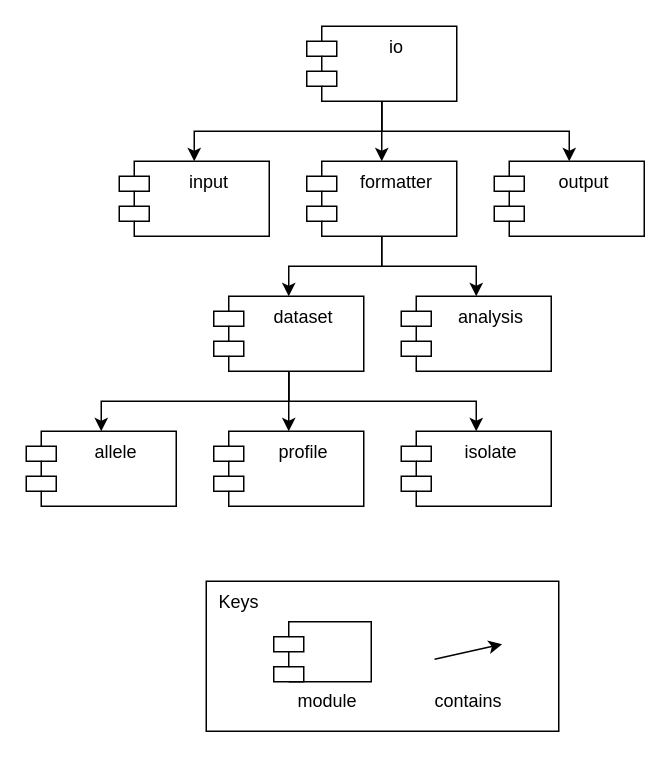
The draw.io diagram wiki/draw.io/phylodb/decomposition-io.drawio in phyloviz/phyloDB, before the edit. Source tidied: cells renumbered, new cells numbered last; positions are measured from the earlier drawing's top-left corner, leaving out a move shared by most shapes. Both pictures are drawn from the tidied source at 150%, with x=0, y=0 at pixel (26, 26).
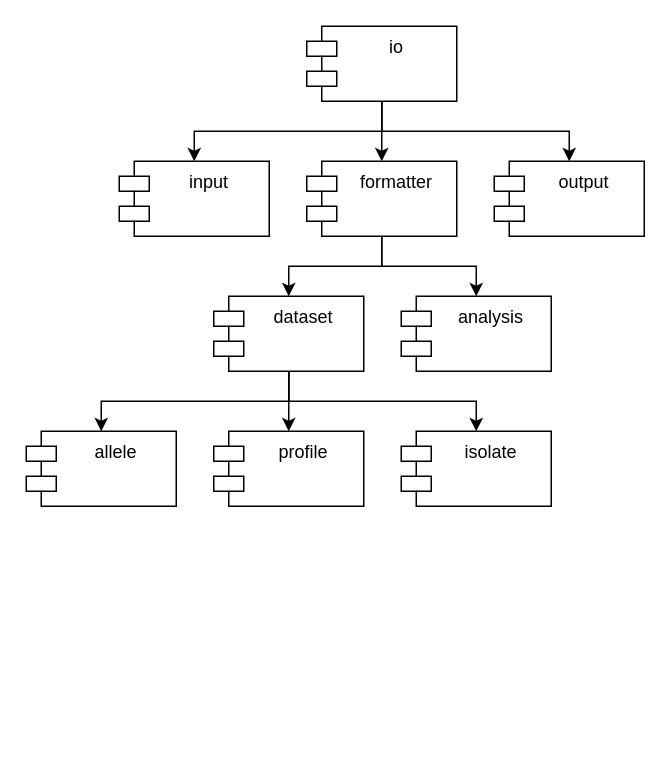
The same diagram, later.

Change to the diagram source:
```diff
@@
-    <mxCell id="19" style="group;" parent="1" vertex="1">
-      <mxGeometry x="120" y="370" width="235" height="100" as="geometry" />
-    </mxCell>
-    <mxCell id="20" value="&amp;nbsp; Keys" style="rounded=0;whiteSpace=wrap;html=1;align=left;verticalAlign=top;" parent="19" vertex="1">
-      <mxGeometry width="235" height="100" as="geometry" />
-    </mxCell>
-    <mxCell id="21" style="endArrow=classic;html=1;exitX=1;exitY=0.5;exitDx=0;exitDy=0;startArrow=none;startFill=0;endFill=1;" parent="19" edge="1">
-      <mxGeometry relative="1" as="geometry">
-        <mxPoint x="152.2" y="52" as="sourcePoint" />
-        <mxPoint x="197.2" y="42" as="targetPoint" />
-      </mxGeometry>
-    </mxCell>
-    <mxCell id="22" value="contains" style="text;html=1;strokeColor=none;fillColor=none;align=center;verticalAlign=middle;whiteSpace=wrap;rounded=0;" parent="19" vertex="1">
-      <mxGeometry x="145" y="70" width="59.5" height="20" as="geometry" />
-    </mxCell>
-    <mxCell id="23" style="shape=module;align=left;spacingLeft=20;align=center;verticalAlign=top;" parent="19" vertex="1">
-      <mxGeometry x="45" y="27" width="65" height="40" as="geometry" />
-    </mxCell>
-    <mxCell id="24" value="module" style="text;html=1;strokeColor=none;fillColor=none;align=center;verticalAlign=middle;whiteSpace=wrap;rounded=0;" parent="19" vertex="1">
-      <mxGeometry x="50.5" y="70" width="59.5" height="20" as="geometry" />
-    </mxCell>
```
